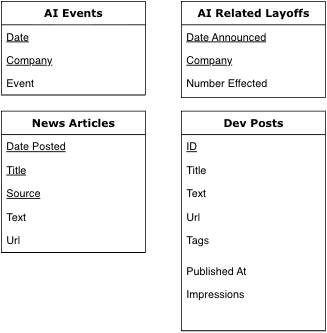
abbhinavsriram/CAP5771-abbhinav.sriram keeps this draw.io diagram as schema.png. Above is the earlier version. Source tidied: cells renumbered, new cells last; positions are measured from the earlier drawing's top-left corner, leaving out a move shared by most shapes. Its diagram source:
```xml
<mxGraphModel>
  <root>
    <mxCell id="0" />
    <mxCell id="1" parent="0" />
    <mxCell id="2" value="News Articles" style="swimlane;html=1;fontStyle=1;align=center;verticalAlign=top;horizontal=1;startSize=26;swimlaneFillColor=#ffffff;rounded=0;shadow=0;comic=0;labelBackgroundColor=none;strokeWidth=1;fillColor=none;fontFamily=Verdana;fontSize=12;" parent="1" vertex="1">
      <mxGeometry y="122" width="160" height="157" as="geometry" />
    </mxCell>
    <mxCell id="3" value="Date Posted" style="text;html=1;strokeColor=none;fillColor=none;align=left;verticalAlign=top;spacingLeft=4;spacingRight=4;whiteSpace=wrap;overflow=hidden;fontStyle=4;" parent="2" vertex="1">
      <mxGeometry y="26" width="160" height="26" as="geometry" />
    </mxCell>
    <mxCell id="4" value="Title" style="text;html=1;strokeColor=none;fillColor=none;align=left;verticalAlign=top;spacingLeft=4;spacingRight=4;whiteSpace=wrap;overflow=hidden;fontStyle=4;" parent="2" vertex="1">
      <mxGeometry y="52" width="160" height="26" as="geometry" />
    </mxCell>
    <mxCell id="5" value="Source" style="text;html=1;strokeColor=none;fillColor=none;align=left;verticalAlign=top;spacingLeft=4;spacingRight=4;whiteSpace=wrap;overflow=hidden;fontStyle=4;" parent="2" vertex="1">
      <mxGeometry y="78" width="160" height="26" as="geometry" />
    </mxCell>
    <mxCell id="6" value="Text" style="text;html=1;strokeColor=none;fillColor=none;align=left;verticalAlign=top;spacingLeft=4;spacingRight=4;whiteSpace=wrap;overflow=hidden;" parent="2" vertex="1">
      <mxGeometry y="104" width="160" height="26" as="geometry" />
    </mxCell>
    <mxCell id="7" value="Url" style="text;html=1;strokeColor=none;fillColor=none;align=left;verticalAlign=top;spacingLeft=4;spacingRight=4;whiteSpace=wrap;overflow=hidden;" parent="2" vertex="1">
      <mxGeometry y="130" width="160" height="26" as="geometry" />
    </mxCell>
    <mxCell id="8" value="AI Related Layoffs" style="swimlane;html=1;fontStyle=1;align=center;verticalAlign=top;horizontal=1;startSize=26;swimlaneFillColor=#ffffff;rounded=0;shadow=0;comic=0;labelBackgroundColor=none;strokeWidth=1;fillColor=none;fontFamily=Verdana;fontSize=12;" parent="1" vertex="1">
      <mxGeometry x="200" width="160" height="107" as="geometry" />
    </mxCell>
    <mxCell id="9" value="Date Announced" style="text;html=1;strokeColor=none;fillColor=none;align=left;verticalAlign=top;spacingLeft=4;spacingRight=4;whiteSpace=wrap;overflow=hidden;fontStyle=4;" parent="8" vertex="1">
      <mxGeometry y="26" width="160" height="26" as="geometry" />
    </mxCell>
    <mxCell id="10" value="Company" style="text;html=1;strokeColor=none;fillColor=none;align=left;verticalAlign=top;spacingLeft=4;spacingRight=4;whiteSpace=wrap;overflow=hidden;fontStyle=4;" parent="8" vertex="1">
      <mxGeometry y="52" width="160" height="26" as="geometry" />
    </mxCell>
    <mxCell id="11" value="Number Effected" style="text;html=1;strokeColor=none;fillColor=none;align=left;verticalAlign=top;spacingLeft=4;spacingRight=4;whiteSpace=wrap;overflow=hidden;" parent="8" vertex="1">
      <mxGeometry y="78" width="160" height="26" as="geometry" />
    </mxCell>
    <mxCell id="12" value="Dev Posts" style="swimlane;html=1;fontStyle=1;align=center;verticalAlign=top;horizontal=1;startSize=26;swimlaneFillColor=#ffffff;rounded=0;shadow=0;comic=0;labelBackgroundColor=none;strokeWidth=1;fillColor=none;fontFamily=Verdana;fontSize=12;" parent="1" vertex="1">
      <mxGeometry x="200" y="122" width="160" height="244" as="geometry" />
    </mxCell>
    <mxCell id="13" value="ID" style="text;html=1;strokeColor=none;fillColor=none;align=left;verticalAlign=top;spacingLeft=4;spacingRight=4;whiteSpace=wrap;overflow=hidden;fontStyle=4;" parent="12" vertex="1">
      <mxGeometry y="26" width="160" height="26" as="geometry" />
    </mxCell>
    <mxCell id="14" value="Title" style="text;html=1;strokeColor=none;fillColor=none;align=left;verticalAlign=top;spacingLeft=4;spacingRight=4;whiteSpace=wrap;overflow=hidden;" parent="12" vertex="1">
      <mxGeometry y="52" width="160" height="26" as="geometry" />
    </mxCell>
    <mxCell id="15" value="Text" style="text;html=1;strokeColor=none;fillColor=none;align=left;verticalAlign=top;spacingLeft=4;spacingRight=4;whiteSpace=wrap;overflow=hidden;" parent="12" vertex="1">
      <mxGeometry y="78" width="160" height="26" as="geometry" />
    </mxCell>
    <mxCell id="16" value="Url" style="text;html=1;strokeColor=none;fillColor=none;align=left;verticalAlign=top;spacingLeft=4;spacingRight=4;whiteSpace=wrap;overflow=hidden;" parent="12" vertex="1">
      <mxGeometry y="104" width="160" height="26" as="geometry" />
    </mxCell>
    <mxCell id="17" value="Tags" style="text;html=1;strokeColor=none;fillColor=none;align=left;verticalAlign=top;spacingLeft=4;spacingRight=4;whiteSpace=wrap;overflow=hidden;" parent="12" vertex="1">
      <mxGeometry y="130" width="160" height="34" as="geometry" />
    </mxCell>
    <mxCell id="18" value="Published At" style="text;html=1;strokeColor=none;fillColor=none;align=left;verticalAlign=top;spacingLeft=4;spacingRight=4;whiteSpace=wrap;overflow=hidden;" parent="12" vertex="1">
      <mxGeometry y="164" width="160" height="26" as="geometry" />
    </mxCell>
    <mxCell id="19" value="Impressions" style="text;html=1;strokeColor=none;fillColor=none;align=left;verticalAlign=top;spacingLeft=4;spacingRight=4;whiteSpace=wrap;overflow=hidden;" parent="12" vertex="1">
      <mxGeometry y="190" width="160" height="24" as="geometry" />
    </mxCell>
    <mxCell id="20" value="AI Events" style="swimlane;html=1;fontStyle=1;align=center;verticalAlign=top;horizontal=1;startSize=26;swimlaneFillColor=#ffffff;rounded=0;shadow=0;comic=0;labelBackgroundColor=none;strokeWidth=1;fillColor=none;fontFamily=Verdana;fontSize=12;" parent="1" vertex="1">
      <mxGeometry width="160" height="104" as="geometry" />
    </mxCell>
    <mxCell id="21" value="Date" style="text;html=1;strokeColor=none;fillColor=none;align=left;verticalAlign=top;spacingLeft=4;spacingRight=4;whiteSpace=wrap;overflow=hidden;fontStyle=4;" parent="20" vertex="1">
      <mxGeometry y="26" width="160" height="26" as="geometry" />
    </mxCell>
    <mxCell id="22" value="Company" style="text;html=1;strokeColor=none;fillColor=none;align=left;verticalAlign=top;spacingLeft=4;spacingRight=4;whiteSpace=wrap;overflow=hidden;fontStyle=4;" parent="20" vertex="1">
      <mxGeometry y="52" width="160" height="26" as="geometry" />
    </mxCell>
    <mxCell id="23" value="Event" style="text;html=1;strokeColor=none;fillColor=none;align=left;verticalAlign=top;spacingLeft=4;spacingRight=4;whiteSpace=wrap;overflow=hidden;" parent="20" vertex="1">
      <mxGeometry y="78" width="160" height="26" as="geometry" />
    </mxCell>
  </root>
</mxGraphModel>
```
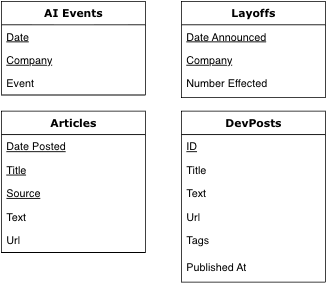
The same file after the commit.

The edit, as a diff of the source:
```diff
@@ -2,7 +2,7 @@
   <root>
     <mxCell id="0" />
     <mxCell id="1" parent="0" />
-    <mxCell id="2" value="News Articles" style="swimlane;html=1;fontStyle=1;align=center;verticalAlign=top;horizontal=1;startSize=26;swimlaneFillColor=#ffffff;rounded=0;shadow=0;comic=0;labelBackgroundColor=none;strokeWidth=1;fillColor=none;fontFamily=Verdana;fontSize=12;" parent="1" vertex="1">
+    <mxCell id="2" value="Articles" style="swimlane;html=1;fontStyle=1;align=center;verticalAlign=top;horizontal=1;startSize=26;swimlaneFillColor=#ffffff;rounded=0;shadow=0;comic=0;labelBackgroundColor=none;strokeWidth=1;fillColor=none;fontFamily=Verdana;fontSize=12;" parent="1" vertex="1">
       <mxGeometry y="122" width="160" height="157" as="geometry" />
     </mxCell>
     <mxCell id="3" value="Date Posted" style="text;html=1;strokeColor=none;fillColor=none;align=left;verticalAlign=top;spacingLeft=4;spacingRight=4;whiteSpace=wrap;overflow=hidden;fontStyle=4;" parent="2" vertex="1">
@@ -20,7 +20,7 @@
     <mxCell id="7" value="Url" style="text;html=1;strokeColor=none;fillColor=none;align=left;verticalAlign=top;spacingLeft=4;spacingRight=4;whiteSpace=wrap;overflow=hidden;" parent="2" vertex="1">
       <mxGeometry y="130" width="160" height="26" as="geometry" />
     </mxCell>
-    <mxCell id="8" value="AI Related Layoffs" style="swimlane;html=1;fontStyle=1;align=center;verticalAlign=top;horizontal=1;startSize=26;swimlaneFillColor=#ffffff;rounded=0;shadow=0;comic=0;labelBackgroundColor=none;strokeWidth=1;fillColor=none;fontFamily=Verdana;fontSize=12;" parent="1" vertex="1">
+    <mxCell id="8" value="Layoffs" style="swimlane;html=1;fontStyle=1;align=center;verticalAlign=top;horizontal=1;startSize=26;swimlaneFillColor=#ffffff;rounded=0;shadow=0;comic=0;labelBackgroundColor=none;strokeWidth=1;fillColor=none;fontFamily=Verdana;fontSize=12;" parent="1" vertex="1">
       <mxGeometry x="200" width="160" height="107" as="geometry" />
     </mxCell>
     <mxCell id="9" value="Date Announced" style="text;html=1;strokeColor=none;fillColor=none;align=left;verticalAlign=top;spacingLeft=4;spacingRight=4;whiteSpace=wrap;overflow=hidden;fontStyle=4;" parent="8" vertex="1">
@@ -32,8 +32,8 @@
     <mxCell id="11" value="Number Effected" style="text;html=1;strokeColor=none;fillColor=none;align=left;verticalAlign=top;spacingLeft=4;spacingRight=4;whiteSpace=wrap;overflow=hidden;" parent="8" vertex="1">
       <mxGeometry y="78" width="160" height="26" as="geometry" />
     </mxCell>
-    <mxCell id="12" value="Dev Posts" style="swimlane;html=1;fontStyle=1;align=center;verticalAlign=top;horizontal=1;startSize=26;swimlaneFillColor=#ffffff;rounded=0;shadow=0;comic=0;labelBackgroundColor=none;strokeWidth=1;fillColor=none;fontFamily=Verdana;fontSize=12;" parent="1" vertex="1">
-      <mxGeometry x="200" y="122" width="160" height="244" as="geometry" />
+    <mxCell id="12" value="DevPosts" style="swimlane;html=1;fontStyle=1;align=center;verticalAlign=top;horizontal=1;startSize=26;swimlaneFillColor=#ffffff;rounded=0;shadow=0;comic=0;labelBackgroundColor=none;strokeWidth=1;fillColor=none;fontFamily=Verdana;fontSize=12;" parent="1" vertex="1">
+      <mxGeometry x="200" y="122" width="160" height="190" as="geometry" />
     </mxCell>
     <mxCell id="13" value="ID" style="text;html=1;strokeColor=none;fillColor=none;align=left;verticalAlign=top;spacingLeft=4;spacingRight=4;whiteSpace=wrap;overflow=hidden;fontStyle=4;" parent="12" vertex="1">
       <mxGeometry y="26" width="160" height="26" as="geometry" />
@@ -48,14 +48,11 @@
       <mxGeometry y="104" width="160" height="26" as="geometry" />
     </mxCell>
     <mxCell id="17" value="Tags" style="text;html=1;strokeColor=none;fillColor=none;align=left;verticalAlign=top;spacingLeft=4;spacingRight=4;whiteSpace=wrap;overflow=hidden;" parent="12" vertex="1">
-      <mxGeometry y="130" width="160" height="34" as="geometry" />
+      <mxGeometry y="130" width="160" height="30" as="geometry" />
     </mxCell>
     <mxCell id="18" value="Published At" style="text;html=1;strokeColor=none;fillColor=none;align=left;verticalAlign=top;spacingLeft=4;spacingRight=4;whiteSpace=wrap;overflow=hidden;" parent="12" vertex="1">
-      <mxGeometry y="164" width="160" height="26" as="geometry" />
+      <mxGeometry y="160" width="160" height="26" as="geometry" />
     </mxCell>
-    <mxCell id="19" value="Impressions" style="text;html=1;strokeColor=none;fillColor=none;align=left;verticalAlign=top;spacingLeft=4;spacingRight=4;whiteSpace=wrap;overflow=hidden;" parent="12" vertex="1">
-      <mxGeometry y="190" width="160" height="24" as="geometry" />
-    </mxCell>
     <mxCell id="20" value="AI Events" style="swimlane;html=1;fontStyle=1;align=center;verticalAlign=top;horizontal=1;startSize=26;swimlaneFillColor=#ffffff;rounded=0;shadow=0;comic=0;labelBackgroundColor=none;strokeWidth=1;fillColor=none;fontFamily=Verdana;fontSize=12;" parent="1" vertex="1">
       <mxGeometry width="160" height="104" as="geometry" />
     </mxCell>
```
